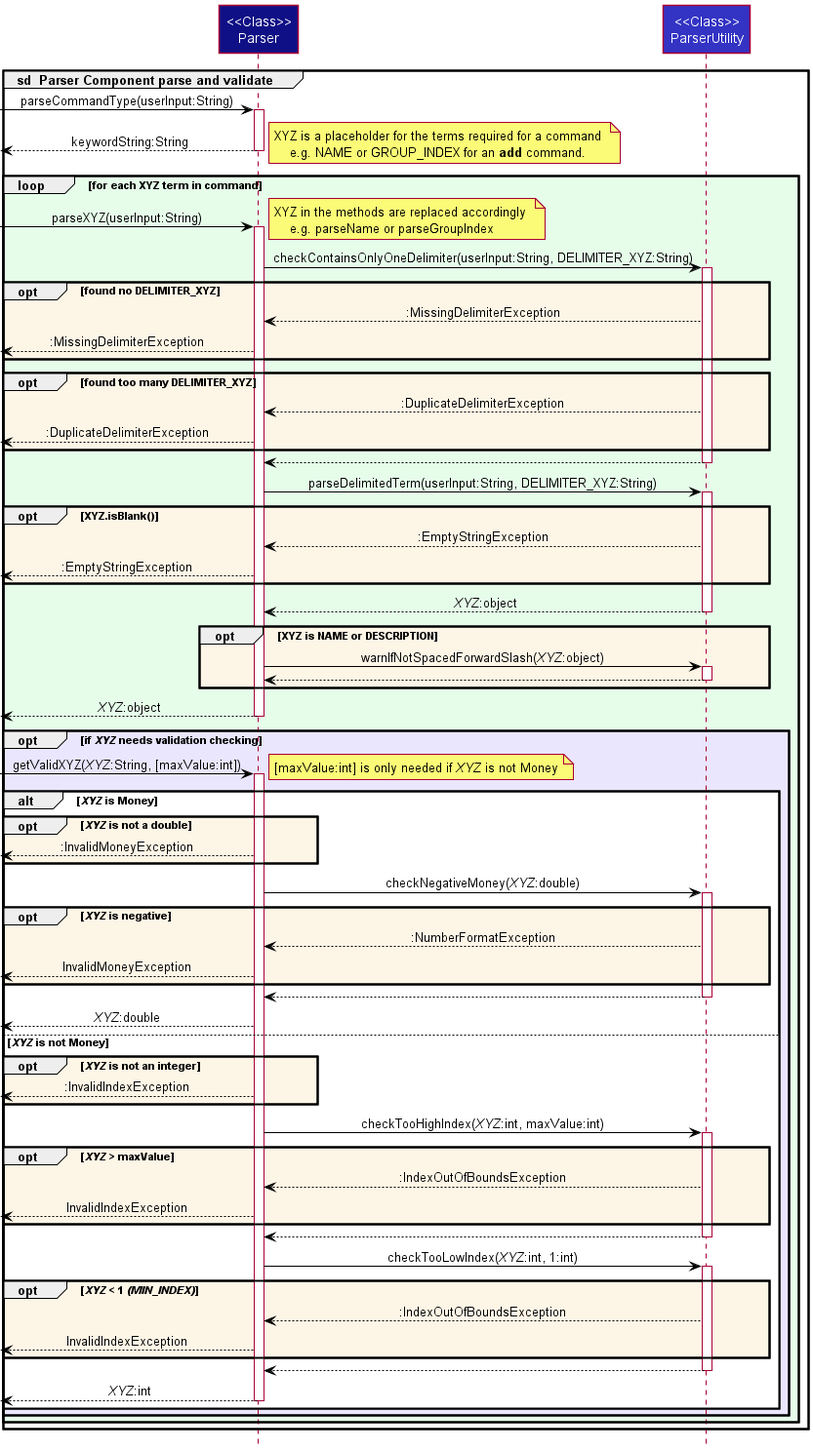
The PlantUML diagram docs/images/ParserSequenceDiagram0.png in nus-cs2113-AY2122S2/tp, before a commit.
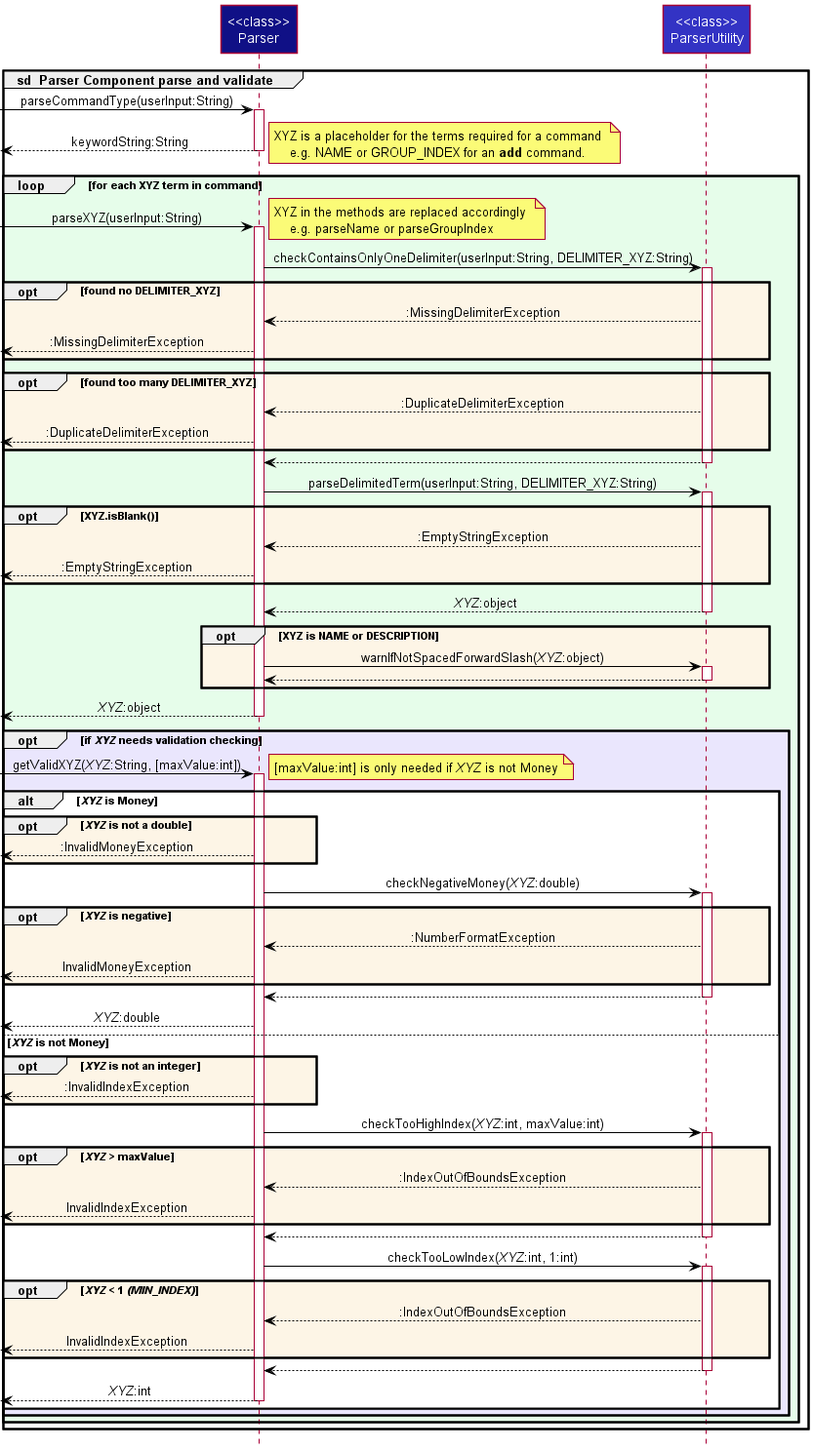
After the change.

Commit message:
Update typo in Parser sequence diagram

What changed in the source:
```diff
@@ -4,8 +4,8 @@
 skinparam noteTextAlignment left
 
 group **sd**  Parser Component parse and validate
-Participant "<<Class>>\nParser" as Parser LOGIC_COLOR
-Participant "<<Class>>\nParserUtility" as UParser LOGIC_COLOR_T1
+Participant "<<class>>\nParser" as Parser LOGIC_COLOR
+Participant "<<class>>\nParserUtility" as UParser LOGIC_COLOR_T1
 
 [-> Parser : parseCommandType(userInput:String)
 activate Parser
```
